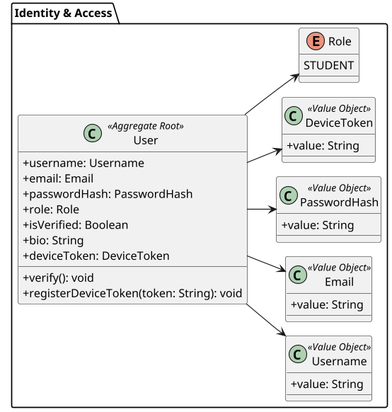
Earlier version of the PlantUML export images-doc/class-identity-mobile.png (Aplicaciones-Dispositivos-Moviles/SkillSwap-ProjectReport).
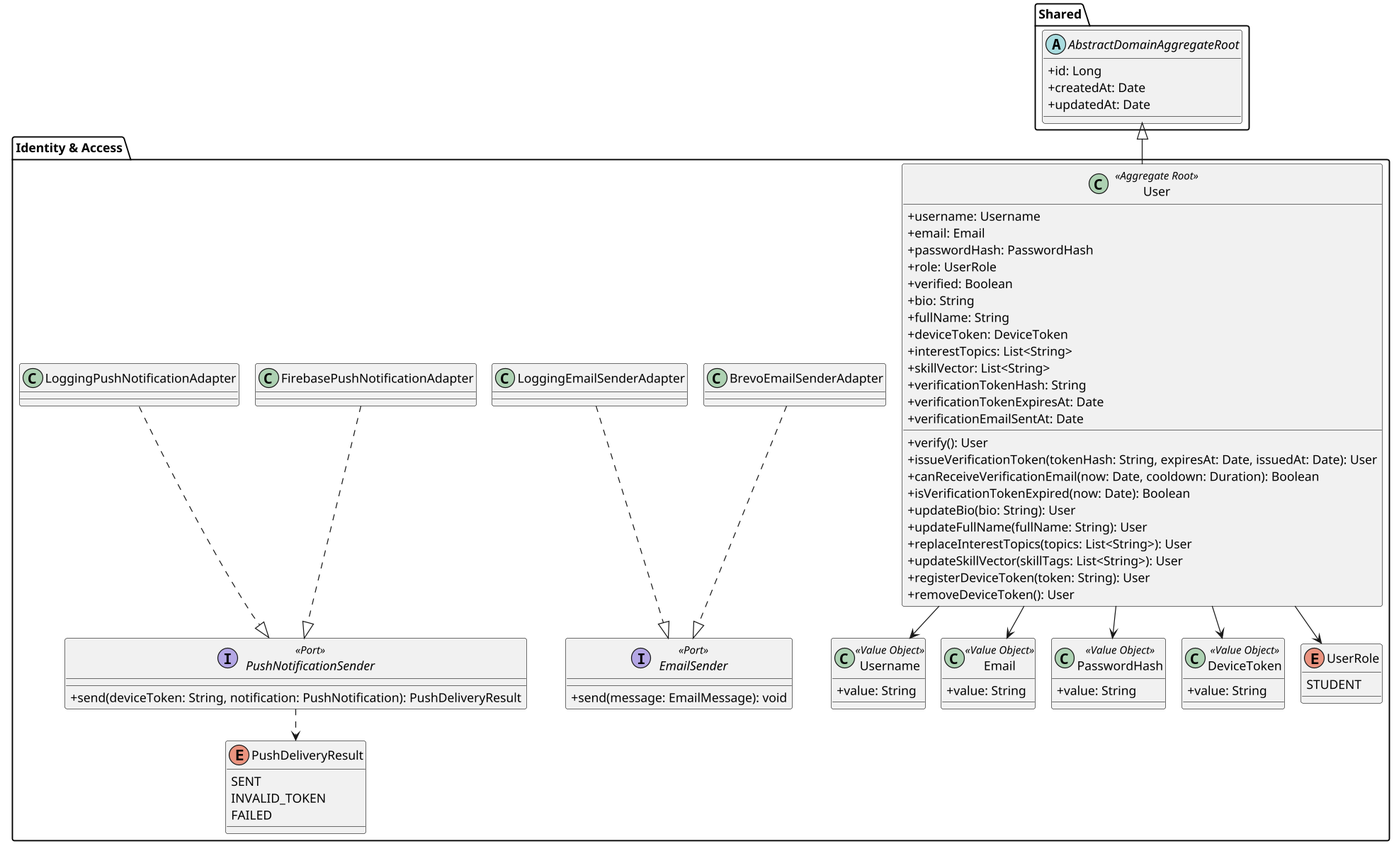
After the commit.

What changed in the source:
```diff
@@ -2,20 +2,40 @@
 !pragma layout smetana
 skinparam classAttributeIconSize 0
 skinparam packageStyle folder
-skinparam dpi 110
-left to right direction
-
+skinparam dpi 120
+skinparam shadowing false
+package "Shared" {
+    abstract class AbstractDomainAggregateRoot {
+        +id: Long
+        +createdAt: Date
+        +updatedAt: Date
+    }
+}
 package "Identity & Access" {
     class User <<Aggregate Root>> {
         +username: Username
         +email: Email
         +passwordHash: PasswordHash
-        +role: Role
-        +isVerified: Boolean
+        +role: UserRole
+        +verified: Boolean
         +bio: String
+        +fullName: String
         +deviceToken: DeviceToken
-        +verify(): void
-        +registerDeviceToken(token: String): void
+        +interestTopics: List<String>
+        +skillVector: List<String>
+        +verificationTokenHash: String
+        +verificationTokenExpiresAt: Date
+        +verificationEmailSentAt: Date
+        +verify(): User
+        +issueVerificationToken(tokenHash: String, expiresAt: Date, issuedAt: Date): User
+        +canReceiveVerificationEmail(now: Date, cooldown: Duration): Boolean
+        +isVerificationTokenExpired(now: Date): Boolean
+        +updateBio(bio: String): User
+        +updateFullName(fullName: String): User
+        +replaceInterestTopics(topics: List<String>): User
+        +updateSkillVector(skillTags: List<String>): User
+        +registerDeviceToken(token: String): User
+        +removeDeviceToken(): User
     }
 
     class Username <<Value Object>> {
@@ -34,14 +54,39 @@
         +value: String
     }
 
-    enum Role {
+    enum UserRole {
         STUDENT
     }
+
+    interface EmailSender <<Port>> {
+        +send(message: EmailMessage): void
+    }
+
+    interface PushNotificationSender <<Port>> {
+        +send(deviceToken: String, notification: PushNotification): PushDeliveryResult
+    }
+
+    enum PushDeliveryResult {
+        SENT
+        INVALID_TOKEN
+        FAILED
+    }
+
+    class BrevoEmailSenderAdapter
+    class LoggingEmailSenderAdapter
+    class FirebasePushNotificationAdapter
+    class LoggingPushNotificationAdapter
 
     User --> Username
     User --> Email
     User --> PasswordHash
     User --> DeviceToken
-    User --> Role
+    User --> UserRole
+    PushNotificationSender ..> PushDeliveryResult
+    BrevoEmailSenderAdapter ..|> EmailSender
+    LoggingEmailSenderAdapter ..|> EmailSender
+    FirebasePushNotificationAdapter ..|> PushNotificationSender
+    LoggingPushNotificationAdapter ..|> PushNotificationSender
 }
+User -up-|> AbstractDomainAggregateRoot
 @enduml
```
